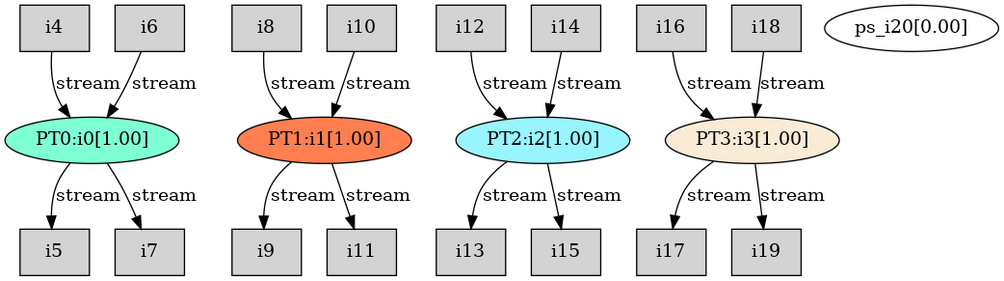
lxy-littlechai/SVD keeps this Graphviz diagram as Jacobi_AIE_Scalar/Work/reports/TopGraph.png. Above is the earlier version. Its source is kept beside it as Jacobi_AIE_Scalar/Work/reports/TopGraph.dot.
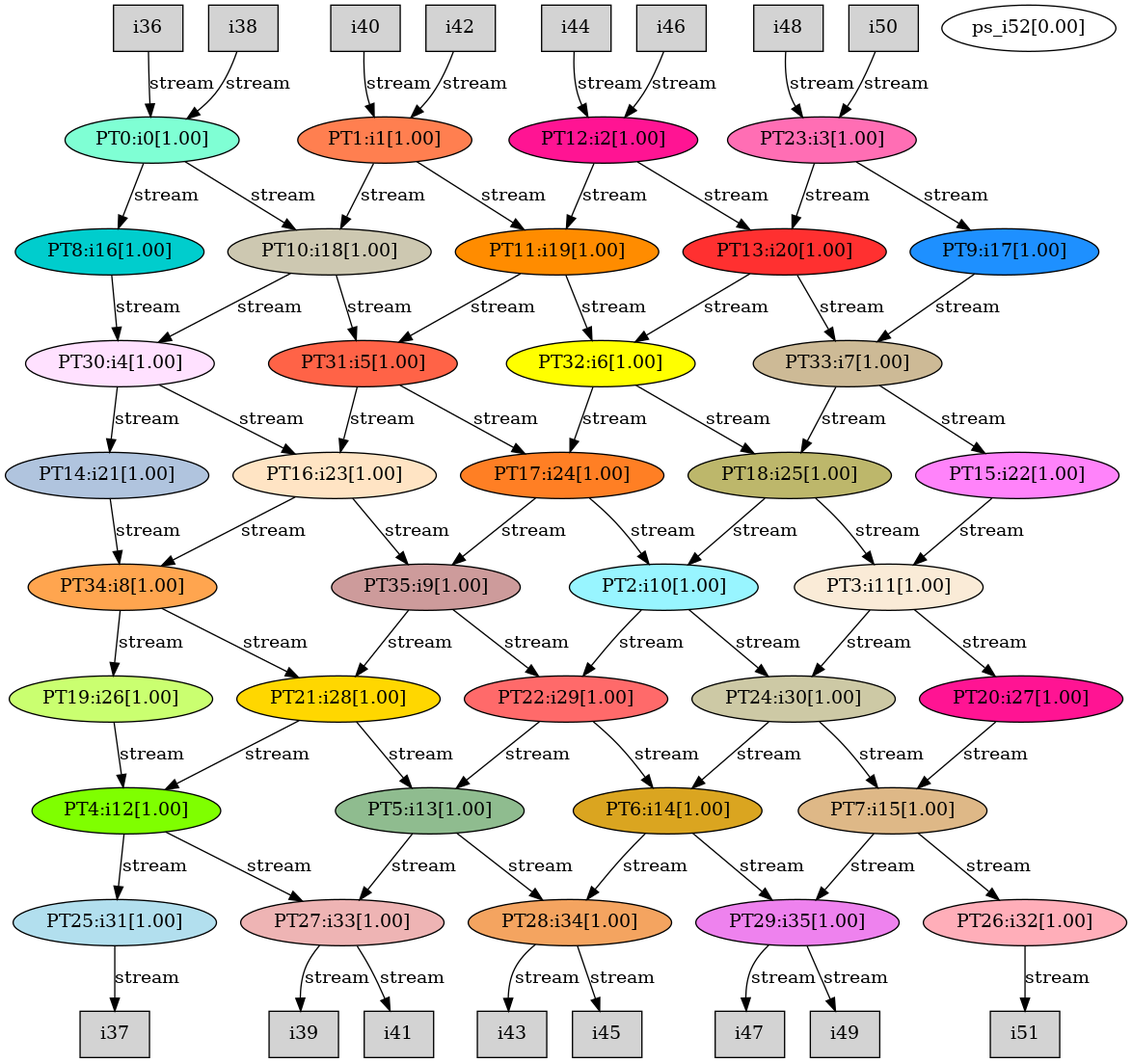
Later version of the same file.

The edit, as a diff of the source:
```diff
@@ -1,39 +1,127 @@
 digraph root {
 "PT0:i0[1.00]" [style=filled, fillcolor=aquamarine];
 "PT1:i1[1.00]" [style=filled, fillcolor=coral];
-"PT2:i2[1.00]" [style=filled, fillcolor=cadetblue1];
-"PT3:i3[1.00]" [style=filled, fillcolor=antiquewhite];
-"i4" [shape=box style=filled, fillcolor=lightgrey];
-"i5" [shape=box style=filled, fillcolor=lightgrey];
-"i6" [shape=box style=filled, fillcolor=lightgrey];
-"i7" [shape=box style=filled, fillcolor=lightgrey];
-"i8" [shape=box style=filled, fillcolor=lightgrey];
-"i9" [shape=box style=filled, fillcolor=lightgrey];
-"i10" [shape=box style=filled, fillcolor=lightgrey];
-"i11" [shape=box style=filled, fillcolor=lightgrey];
-"i12" [shape=box style=filled, fillcolor=lightgrey];
-"i13" [shape=box style=filled, fillcolor=lightgrey];
-"i14" [shape=box style=filled, fillcolor=lightgrey];
-"i15" [shape=box style=filled, fillcolor=lightgrey];
-"i16" [shape=box style=filled, fillcolor=lightgrey];
-"i17" [shape=box style=filled, fillcolor=lightgrey];
-"i18" [shape=box style=filled, fillcolor=lightgrey];
-"i19" [shape=box style=filled, fillcolor=lightgrey];
-"ps_i20[0.00]";
-"i4" -> "PT0:i0[1.00]" [label="stream"];
-"i6" -> "PT0:i0[1.00]" [label="stream"];
-"PT0:i0[1.00]" -> "i5" [label="stream"];
-"PT0:i0[1.00]" -> "i7" [label="stream"];
-"i8" -> "PT1:i1[1.00]" [label="stream"];
-"i10" -> "PT1:i1[1.00]" [label="stream"];
-"PT1:i1[1.00]" -> "i9" [label="stream"];
-"PT1:i1[1.00]" -> "i11" [label="stream"];
-"i12" -> "PT2:i2[1.00]" [label="stream"];
-"i14" -> "PT2:i2[1.00]" [label="stream"];
-"PT2:i2[1.00]" -> "i13" [label="stream"];
-"PT2:i2[1.00]" -> "i15" [label="stream"];
-"i16" -> "PT3:i3[1.00]" [label="stream"];
-"i18" -> "PT3:i3[1.00]" [label="stream"];
-"PT3:i3[1.00]" -> "i17" [label="stream"];
-"PT3:i3[1.00]" -> "i19" [label="stream"];
+"PT12:i2[1.00]" [style=filled, fillcolor=deeppink];
+"PT23:i3[1.00]" [style=filled, fillcolor=hotpink1];
+"PT30:i4[1.00]" [style=filled, fillcolor=thistle1];
+"PT31:i5[1.00]" [style=filled, fillcolor=tomato];
+"PT32:i6[1.00]" [style=filled, fillcolor=yellow];
+"PT33:i7[1.00]" [style=filled, fillcolor=wheat3];
+"PT34:i8[1.00]" [style=filled, fillcolor=tan1];
+"PT35:i9[1.00]" [style=filled, fillcolor=rosybrown3];
+"PT2:i10[1.00]" [style=filled, fillcolor=cadetblue1];
+"PT3:i11[1.00]" [style=filled, fillcolor=antiquewhite];
+"PT4:i12[1.00]" [style=filled, fillcolor=chartreuse];
+"PT5:i13[1.00]" [style=filled, fillcolor=darkseagreen];
+"PT6:i14[1.00]" [style=filled, fillcolor=goldenrod];
+"PT7:i15[1.00]" [style=filled, fillcolor=burlywood];
+"PT8:i16[1.00]" [style=filled, fillcolor=cyan3];
+"PT9:i17[1.00]" [style=filled, fillcolor=dodgerblue];
+"PT10:i18[1.00]" [style=filled, fillcolor=cornsilk3];
+"PT11:i19[1.00]" [style=filled, fillcolor=darkorange];
+"PT13:i20[1.00]" [style=filled, fillcolor=firebrick1];
+"PT14:i21[1.00]" [style=filled, fillcolor=lightsteelblue];
+"PT15:i22[1.00]" [style=filled, fillcolor=orchid1];
+"PT16:i23[1.00]" [style=filled, fillcolor=bisque];
+"PT17:i24[1.00]" [style=filled, fillcolor=chocolate1];
+"PT18:i25[1.00]" [style=filled, fillcolor=darkkhaki];
+"PT19:i26[1.00]" [style=filled, fillcolor=darkolivegreen1];
+"PT20:i27[1.00]" [style=filled, fillcolor=deeppink];
+"PT21:i28[1.00]" [style=filled, fillcolor=gold];
+"PT22:i29[1.00]" [style=filled, fillcolor=indianred1];
+"PT24:i30[1.00]" [style=filled, fillcolor=lemonchiffon3];
+"PT25:i31[1.00]" [style=filled, fillcolor=lightblue2];
+"PT26:i32[1.00]" [style=filled, fillcolor=lightpink1];
+"PT27:i33[1.00]" [style=filled, fillcolor=rosybrown2];
+"PT28:i34[1.00]" [style=filled, fillcolor=sandybrown];
+"PT29:i35[1.00]" [style=filled, fillcolor=violet];
+"i36" [shape=box style=filled, fillcolor=lightgrey];
+"i37" [shape=box style=filled, fillcolor=lightgrey];
+"i38" [shape=box style=filled, fillcolor=lightgrey];
+"i39" [shape=box style=filled, fillcolor=lightgrey];
+"i40" [shape=box style=filled, fillcolor=lightgrey];
+"i41" [shape=box style=filled, fillcolor=lightgrey];
+"i42" [shape=box style=filled, fillcolor=lightgrey];
+"i43" [shape=box style=filled, fillcolor=lightgrey];
+"i44" [shape=box style=filled, fillcolor=lightgrey];
+"i45" [shape=box style=filled, fillcolor=lightgrey];
+"i46" [shape=box style=filled, fillcolor=lightgrey];
+"i47" [shape=box style=filled, fillcolor=lightgrey];
+"i48" [shape=box style=filled, fillcolor=lightgrey];
+"i49" [shape=box style=filled, fillcolor=lightgrey];
+"i50" [shape=box style=filled, fillcolor=lightgrey];
+"i51" [shape=box style=filled, fillcolor=lightgrey];
+"ps_i52[0.00]";
+"i36" -> "PT0:i0[1.00]" [label="stream"];
+"i38" -> "PT0:i0[1.00]" [label="stream"];
+"PT0:i0[1.00]" -> "PT10:i18[1.00]" [label="stream"];
+"PT0:i0[1.00]" -> "PT8:i16[1.00]" [label="stream"];
+"i40" -> "PT1:i1[1.00]" [label="stream"];
+"i42" -> "PT1:i1[1.00]" [label="stream"];
+"PT1:i1[1.00]" -> "PT11:i19[1.00]" [label="stream"];
+"PT1:i1[1.00]" -> "PT10:i18[1.00]" [label="stream"];
+"i44" -> "PT12:i2[1.00]" [label="stream"];
+"i46" -> "PT12:i2[1.00]" [label="stream"];
+"PT12:i2[1.00]" -> "PT13:i20[1.00]" [label="stream"];
+"PT12:i2[1.00]" -> "PT11:i19[1.00]" [label="stream"];
+"i48" -> "PT23:i3[1.00]" [label="stream"];
+"i50" -> "PT23:i3[1.00]" [label="stream"];
+"PT23:i3[1.00]" -> "PT9:i17[1.00]" [label="stream"];
+"PT23:i3[1.00]" -> "PT13:i20[1.00]" [label="stream"];
+"PT8:i16[1.00]" -> "PT30:i4[1.00]" [label="stream"];
+"PT10:i18[1.00]" -> "PT30:i4[1.00]" [label="stream"];
+"PT30:i4[1.00]" -> "PT16:i23[1.00]" [label="stream"];
+"PT30:i4[1.00]" -> "PT14:i21[1.00]" [label="stream"];
+"PT10:i18[1.00]" -> "PT31:i5[1.00]" [label="stream"];
+"PT11:i19[1.00]" -> "PT31:i5[1.00]" [label="stream"];
+"PT31:i5[1.00]" -> "PT17:i24[1.00]" [label="stream"];
+"PT31:i5[1.00]" -> "PT16:i23[1.00]" [label="stream"];
+"PT11:i19[1.00]" -> "PT32:i6[1.00]" [label="stream"];
+"PT13:i20[1.00]" -> "PT32:i6[1.00]" [label="stream"];
+"PT32:i6[1.00]" -> "PT18:i25[1.00]" [label="stream"];
+"PT32:i6[1.00]" -> "PT17:i24[1.00]" [label="stream"];
+"PT13:i20[1.00]" -> "PT33:i7[1.00]" [label="stream"];
+"PT9:i17[1.00]" -> "PT33:i7[1.00]" [label="stream"];
+"PT33:i7[1.00]" -> "PT15:i22[1.00]" [label="stream"];
+"PT33:i7[1.00]" -> "PT18:i25[1.00]" [label="stream"];
+"PT14:i21[1.00]" -> "PT34:i8[1.00]" [label="stream"];
+"PT16:i23[1.00]" -> "PT34:i8[1.00]" [label="stream"];
+"PT34:i8[1.00]" -> "PT21:i28[1.00]" [label="stream"];
+"PT34:i8[1.00]" -> "PT19:i26[1.00]" [label="stream"];
+"PT16:i23[1.00]" -> "PT35:i9[1.00]" [label="stream"];
+"PT17:i24[1.00]" -> "PT35:i9[1.00]" [label="stream"];
+"PT35:i9[1.00]" -> "PT22:i29[1.00]" [label="stream"];
+"PT35:i9[1.00]" -> "PT21:i28[1.00]" [label="stream"];
+"PT17:i24[1.00]" -> "PT2:i10[1.00]" [label="stream"];
+"PT18:i25[1.00]" -> "PT2:i10[1.00]" [label="stream"];
+"PT2:i10[1.00]" -> "PT24:i30[1.00]" [label="stream"];
+"PT2:i10[1.00]" -> "PT22:i29[1.00]" [label="stream"];
+"PT18:i25[1.00]" -> "PT3:i11[1.00]" [label="stream"];
+"PT15:i22[1.00]" -> "PT3:i11[1.00]" [label="stream"];
+"PT3:i11[1.00]" -> "PT20:i27[1.00]" [label="stream"];
+"PT3:i11[1.00]" -> "PT24:i30[1.00]" [label="stream"];
+"PT19:i26[1.00]" -> "PT4:i12[1.00]" [label="stream"];
+"PT21:i28[1.00]" -> "PT4:i12[1.00]" [label="stream"];
+"PT4:i12[1.00]" -> "PT27:i33[1.00]" [label="stream"];
+"PT4:i12[1.00]" -> "PT25:i31[1.00]" [label="stream"];
+"PT21:i28[1.00]" -> "PT5:i13[1.00]" [label="stream"];
+"PT22:i29[1.00]" -> "PT5:i13[1.00]" [label="stream"];
+"PT5:i13[1.00]" -> "PT28:i34[1.00]" [label="stream"];
+"PT5:i13[1.00]" -> "PT27:i33[1.00]" [label="stream"];
+"PT22:i29[1.00]" -> "PT6:i14[1.00]" [label="stream"];
+"PT24:i30[1.00]" -> "PT6:i14[1.00]" [label="stream"];
+"PT6:i14[1.00]" -> "PT29:i35[1.00]" [label="stream"];
+"PT6:i14[1.00]" -> "PT28:i34[1.00]" [label="stream"];
+"PT24:i30[1.00]" -> "PT7:i15[1.00]" [label="stream"];
+"PT20:i27[1.00]" -> "PT7:i15[1.00]" [label="stream"];
+"PT7:i15[1.00]" -> "PT26:i32[1.00]" [label="stream"];
+"PT7:i15[1.00]" -> "PT29:i35[1.00]" [label="stream"];
+"PT25:i31[1.00]" -> "i37" [label="stream"];
+"PT26:i32[1.00]" -> "i51" [label="stream"];
+"PT27:i33[1.00]" -> "i39" [label="stream"];
+"PT27:i33[1.00]" -> "i41" [label="stream"];
+"PT28:i34[1.00]" -> "i43" [label="stream"];
+"PT28:i34[1.00]" -> "i45" [label="stream"];
+"PT29:i35[1.00]" -> "i47" [label="stream"];
+"PT29:i35[1.00]" -> "i49" [label="stream"];
 }
```
